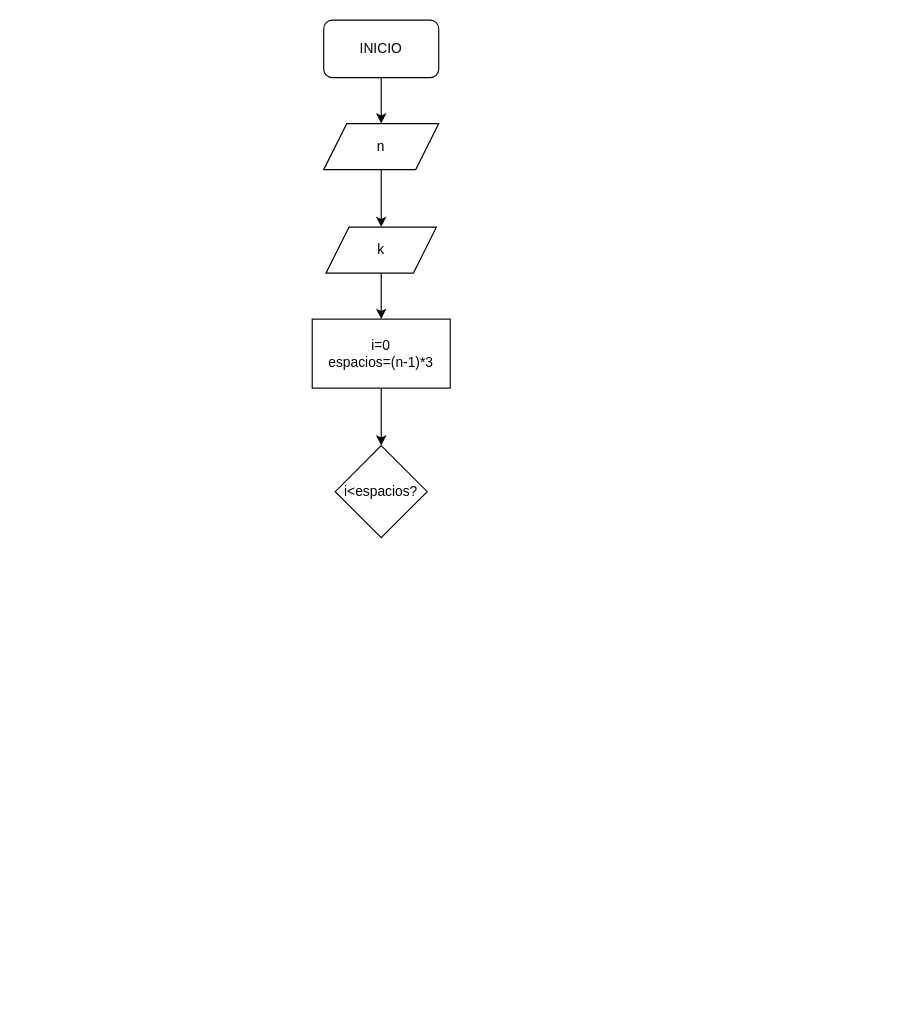
This is PT2-EX5.drawio from arianylopez/Diagramas-de-flujo, a draw.io file, before an edit. Source tidied: cells renumbered, new cells numbered last; positions are measured from the earlier drawing's top-left corner, leaving out a move shared by most shapes. Both pictures are drawn from the tidied source at 115%, with x=0, y=0 at pixel (312, 20).
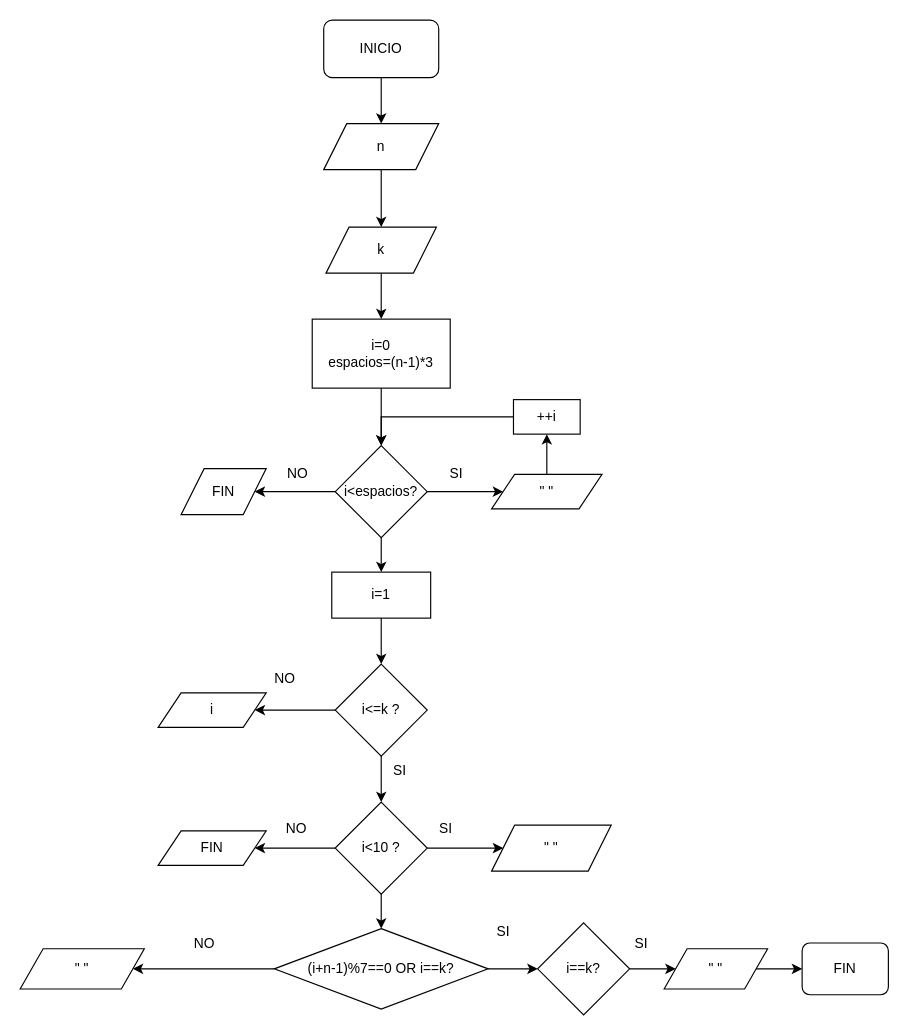
The same page after the edit.

The change refers to these unchanged cells:
```xml
<mxCell id="10" value="i&amp;lt;espacios?" style="rhombus;whiteSpace=wrap;html=1;" parent="1" vertex="1">
  <mxGeometry x="20" y="370" width="80" height="80" as="geometry" />
</mxCell>
```

Change to the diagram source:
```diff
@@
+    <mxCell id="11" style="edgeStyle=orthogonalEdgeStyle;rounded=0;jettySize=auto;html=1;" parent="1" edge="1" source="10" target="15">
+      <mxGeometry relative="1" as="geometry" />
+    </mxCell>
+    <mxCell id="12" style="edgeStyle=orthogonalEdgeStyle;rounded=0;jettySize=auto;html=1;" parent="1" edge="1" source="10" target="19">
+      <mxGeometry relative="1" as="geometry" />
+    </mxCell>
+    <mxCell id="13" style="edgeStyle=orthogonalEdgeStyle;rounded=0;jettySize=auto;html=1;" parent="1" edge="1" source="10" target="33">
+      <mxGeometry relative="1" as="geometry" />
+    </mxCell>
@@
+    <mxCell id="14" style="edgeStyle=orthogonalEdgeStyle;rounded=0;jettySize=auto;html=1;" parent="1" edge="1" source="15" target="17">
+      <mxGeometry relative="1" as="geometry" />
+    </mxCell>
+    <mxCell id="15" value="&quot; &quot;" style="shape=parallelogram;perimeter=parallelogramPerimeter;whiteSpace=wrap;html=1;fixedSize=1;" parent="1" vertex="1">
+      <mxGeometry x="156" y="395" width="96" height="30" as="geometry" />
+    </mxCell>
+    <mxCell id="16" style="edgeStyle=orthogonalEdgeStyle;rounded=0;jettySize=auto;html=1;" parent="1" edge="1" source="17" target="10">
+      <mxGeometry relative="1" as="geometry" />
+    </mxCell>
+    <mxCell id="17" value="++i" style="whiteSpace=wrap;html=1;" parent="1" vertex="1">
+      <mxGeometry x="175" y="330" width="58" height="30" as="geometry" />
+    </mxCell>
+    <mxCell id="18" style="edgeStyle=orthogonalEdgeStyle;rounded=0;jettySize=auto;html=1;" parent="1" edge="1" source="19" target="22">
+      <mxGeometry relative="1" as="geometry" />
+    </mxCell>
+    <mxCell id="19" value="i=1" style="whiteSpace=wrap;html=1;" parent="1" vertex="1">
+      <mxGeometry x="17" y="480" width="86" height="40" as="geometry" />
+    </mxCell>
+    <mxCell id="20" style="edgeStyle=orthogonalEdgeStyle;rounded=0;jettySize=auto;html=1;" parent="1" edge="1" source="22" target="26">
+      <mxGeometry relative="1" as="geometry" />
+    </mxCell>
+    <mxCell id="21" style="edgeStyle=orthogonalEdgeStyle;rounded=0;jettySize=auto;html=1;" parent="1" edge="1" source="22" target="28">
+      <mxGeometry relative="1" as="geometry" />
+    </mxCell>
+    <mxCell id="22" value="i&amp;lt;=k ?" style="rhombus;whiteSpace=wrap;html=1;" parent="1" vertex="1">
+      <mxGeometry x="20" y="560" width="80" height="80" as="geometry" />
+    </mxCell>
+    <mxCell id="23" style="edgeStyle=orthogonalEdgeStyle;rounded=0;jettySize=auto;html=1;" parent="1" edge="1" source="26" target="27">
+      <mxGeometry relative="1" as="geometry" />
+    </mxCell>
+    <mxCell id="24" style="edgeStyle=orthogonalEdgeStyle;rounded=0;jettySize=auto;html=1;" parent="1" edge="1" source="26" target="31">
+      <mxGeometry relative="1" as="geometry" />
+    </mxCell>
+    <mxCell id="25" style="edgeStyle=orthogonalEdgeStyle;rounded=0;jettySize=auto;html=1;" parent="1" edge="1" source="26" target="38">
+      <mxGeometry relative="1" as="geometry" />
+    </mxCell>
+    <mxCell id="26" value="i&amp;lt;10 ?" style="rhombus;whiteSpace=wrap;html=1;" parent="1" vertex="1">
+      <mxGeometry x="20" y="680" width="80" height="80" as="geometry" />
+    </mxCell>
+    <mxCell id="27" value="&quot; &quot;" style="shape=parallelogram;perimeter=parallelogramPerimeter;whiteSpace=wrap;html=1;fixedSize=1;" parent="1" vertex="1">
+      <mxGeometry x="156" y="700" width="104" height="40" as="geometry" />
+    </mxCell>
+    <mxCell id="28" value="i" style="shape=parallelogram;perimeter=parallelogramPerimeter;whiteSpace=wrap;html=1;fixedSize=1;" parent="1" vertex="1">
+      <mxGeometry x="-134" y="585" width="94" height="30" as="geometry" />
+    </mxCell>
+    <mxCell id="29" style="edgeStyle=orthogonalEdgeStyle;rounded=0;jettySize=auto;html=1;" parent="1" edge="1" source="31" target="41">
+      <mxGeometry relative="1" as="geometry" />
+    </mxCell>
+    <mxCell id="30" style="edgeStyle=orthogonalEdgeStyle;rounded=0;jettySize=auto;html=1;" parent="1" edge="1" source="31" target="45">
+      <mxGeometry relative="1" as="geometry" />
+    </mxCell>
+    <mxCell id="31" value="(i+n-1)%7==0 OR i==k?" style="rhombus;whiteSpace=wrap;html=1;" parent="1" vertex="1">
+      <mxGeometry x="-33" y="790" width="186" height="70" as="geometry" />
+    </mxCell>
+    <mxCell id="32" value="SI" style="text;html=1;align=center;verticalAlign=middle;strokeColor=none;fillColor=none;" parent="1" vertex="1">
+      <mxGeometry x="110" y="380" width="30" height="30" as="geometry" />
+    </mxCell>
+    <mxCell id="33" value="FIN" style="shape=parallelogram;perimeter=parallelogramPerimeter;whiteSpace=wrap;html=1;fixedSize=1;" parent="1" vertex="1">
+      <mxGeometry x="-114" y="390" width="74" height="40" as="geometry" />
+    </mxCell>
+    <mxCell id="34" value="NO" style="text;html=1;align=center;verticalAlign=middle;strokeColor=none;fillColor=none;" parent="1" vertex="1">
+      <mxGeometry x="-33" y="380" width="40" height="30" as="geometry" />
+    </mxCell>
+    <mxCell id="35" value="SI" style="text;html=1;align=center;verticalAlign=middle;strokeColor=none;fillColor=none;" parent="1" vertex="1">
+      <mxGeometry x="61" y="638" width="30" height="30" as="geometry" />
+    </mxCell>
+    <mxCell id="36" value="NO" style="text;html=1;align=center;verticalAlign=middle;strokeColor=none;fillColor=none;" parent="1" vertex="1">
+      <mxGeometry x="-44" y="558" width="40" height="30" as="geometry" />
+    </mxCell>
+    <mxCell id="37" value="SI" style="text;html=1;align=center;verticalAlign=middle;strokeColor=none;fillColor=none;" parent="1" vertex="1">
+      <mxGeometry x="101" y="688" width="30" height="30" as="geometry" />
+    </mxCell>
+    <mxCell id="38" value="FIN" style="shape=parallelogram;perimeter=parallelogramPerimeter;whiteSpace=wrap;html=1;fixedSize=1;" parent="1" vertex="1">
+      <mxGeometry x="-134" y="705" width="94" height="30" as="geometry" />
+    </mxCell>
+    <mxCell id="39" value="NO" style="text;html=1;align=center;verticalAlign=middle;strokeColor=none;fillColor=none;" parent="1" vertex="1">
+      <mxGeometry x="-34" y="688" width="40" height="30" as="geometry" />
+    </mxCell>
+    <mxCell id="40" style="edgeStyle=orthogonalEdgeStyle;rounded=0;jettySize=auto;html=1;" parent="1" edge="1" source="41" target="43">
+      <mxGeometry relative="1" as="geometry" />
+    </mxCell>
+    <mxCell id="41" value="i==k?" style="rhombus;whiteSpace=wrap;html=1;" parent="1" vertex="1">
+      <mxGeometry x="196" y="785" width="80" height="80" as="geometry" />
+    </mxCell>
+    <mxCell id="42" style="edgeStyle=orthogonalEdgeStyle;rounded=0;jettySize=auto;html=1;" parent="1" edge="1" source="43" target="44">
+      <mxGeometry relative="1" as="geometry" />
+    </mxCell>
+    <mxCell id="43" value="&quot; &quot;" style="shape=parallelogram;perimeter=parallelogramPerimeter;whiteSpace=wrap;html=1;fixedSize=1;" parent="1" vertex="1">
+      <mxGeometry x="306" y="807.5" width="90" height="35" as="geometry" />
+    </mxCell>
+    <mxCell id="44" value="FIN" style="rounded=1;whiteSpace=wrap;html=1;" parent="1" vertex="1">
+      <mxGeometry x="426" y="802.5" width="75" height="45" as="geometry" />
+    </mxCell>
+    <mxCell id="45" value="&quot; &quot;" style="shape=parallelogram;perimeter=parallelogramPerimeter;whiteSpace=wrap;html=1;fixedSize=1;" parent="1" vertex="1">
+      <mxGeometry x="-254" y="807.5" width="108" height="35" as="geometry" />
+    </mxCell>
+    <mxCell id="46" value="NO" style="text;html=1;align=center;verticalAlign=middle;strokeColor=none;fillColor=none;" parent="1" vertex="1">
+      <mxGeometry x="-114" y="788" width="40" height="30" as="geometry" />
+    </mxCell>
+    <mxCell id="47" value="SI" style="text;html=1;align=center;verticalAlign=middle;strokeColor=none;fillColor=none;" parent="1" vertex="1">
+      <mxGeometry x="151" y="778" width="30" height="30" as="geometry" />
+    </mxCell>
+    <mxCell id="48" value="SI" style="text;html=1;align=center;verticalAlign=middle;strokeColor=none;fillColor=none;" parent="1" vertex="1">
+      <mxGeometry x="271" y="788" width="30" height="30" as="geometry" />
+    </mxCell>
```
